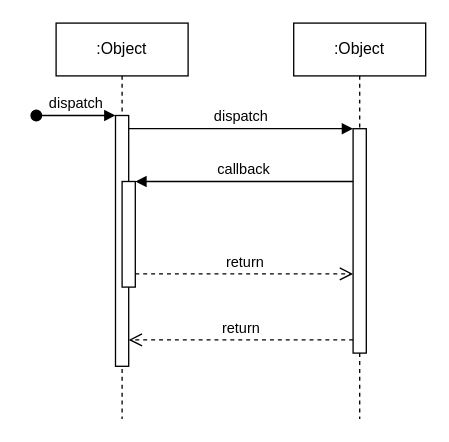
This is md/未命名绘图.drawio from Hsurpass/muduo, a draw.io file, before an edit. Source tidied: cells renumbered, new cells numbered last; positions are measured from the earlier drawing's top-left corner, leaving out a move shared by most shapes. Both pictures are drawn from the tidied source at 132%, with x=0, y=0 at pixel (36, 22).
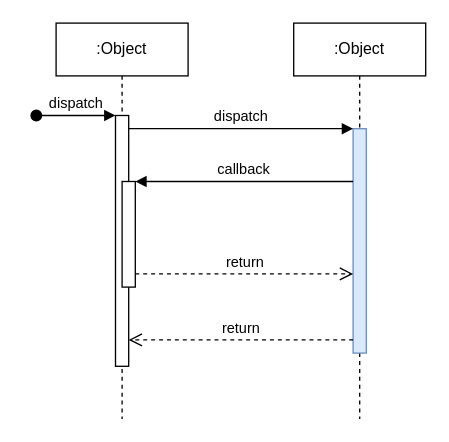
The same page after the edit.

Commit message:
更新未命名绘图.drawio

Diff of the diagram source:
```diff
@@
 <mxGraphModel>
   <root>
     <mxCell id="0" />
     <mxCell id="1" parent="0" />
     <mxCell id="2" value=":Object" style="shape=umlLifeline;perimeter=lifelinePerimeter;whiteSpace=wrap;html=1;newEdgeStyle={&quot;edgeStyle&quot;:&quot;elbowEdgeStyle&quot;,&quot;elbow&quot;:&quot;vertical&quot;,&quot;curved&quot;:0,&quot;rounded&quot;:0};" parent="1" vertex="1">
       <mxGeometry x="15" width="100" height="300" as="geometry" />
     </mxCell>
     <mxCell id="3" style="html=1;points=[];perimeter=orthogonalPerimeter;outlineConnect=0;targetShapes=umlLifeline;portConstraint=eastwest;newEdgeStyle={&quot;edgeStyle&quot;:&quot;elbowEdgeStyle&quot;,&quot;elbow&quot;:&quot;vertical&quot;,&quot;curved&quot;:0,&quot;rounded&quot;:0};" parent="2" vertex="1">
       <mxGeometry x="45" y="70" width="10" height="190" as="geometry" />
     </mxCell>
     <mxCell id="4" value="dispatch" style="html=1;verticalAlign=bottom;startArrow=oval;endArrow=block;startSize=8;edgeStyle=elbowEdgeStyle;elbow=vertical;curved=0;rounded=0;" parent="2" edge="1" target="3">
       <mxGeometry relative="1" as="geometry">
         <mxPoint x="-15" y="70" as="sourcePoint" />
       </mxGeometry>
     </mxCell>
     <mxCell id="5" style="html=1;points=[];perimeter=orthogonalPerimeter;outlineConnect=0;targetShapes=umlLifeline;portConstraint=eastwest;newEdgeStyle={&quot;edgeStyle&quot;:&quot;elbowEdgeStyle&quot;,&quot;elbow&quot;:&quot;vertical&quot;,&quot;curved&quot;:0,&quot;rounded&quot;:0};" parent="2" vertex="1">
       <mxGeometry x="50" y="120" width="10" height="80" as="geometry" />
     </mxCell>
     <mxCell id="6" value=":Object" style="shape=umlLifeline;perimeter=lifelinePerimeter;whiteSpace=wrap;html=1;newEdgeStyle={&quot;edgeStyle&quot;:&quot;elbowEdgeStyle&quot;,&quot;elbow&quot;:&quot;vertical&quot;,&quot;curved&quot;:0,&quot;rounded&quot;:0};" parent="1" vertex="1">
       <mxGeometry x="195" width="100" height="300" as="geometry" />
     </mxCell>
-    <mxCell id="7" style="html=1;points=[];perimeter=orthogonalPerimeter;outlineConnect=0;targetShapes=umlLifeline;portConstraint=eastwest;newEdgeStyle={&quot;edgeStyle&quot;:&quot;elbowEdgeStyle&quot;,&quot;elbow&quot;:&quot;vertical&quot;,&quot;curved&quot;:0,&quot;rounded&quot;:0};" parent="6" vertex="1">
+    <mxCell id="7" style="html=1;points=[];perimeter=orthogonalPerimeter;outlineConnect=0;targetShapes=umlLifeline;portConstraint=eastwest;newEdgeStyle={&quot;edgeStyle&quot;:&quot;elbowEdgeStyle&quot;,&quot;elbow&quot;:&quot;vertical&quot;,&quot;curved&quot;:0,&quot;rounded&quot;:0};fillColor=#dae8fc;strokeColor=#6c8ebf;" parent="6" vertex="1">
       <mxGeometry x="45" y="80" width="10" height="170" as="geometry" />
     </mxCell>
     <mxCell id="8" value="dispatch" style="html=1;verticalAlign=bottom;endArrow=block;edgeStyle=elbowEdgeStyle;elbow=vertical;curved=0;rounded=0;" parent="1" edge="1" source="3" target="7">
       <mxGeometry relative="1" as="geometry">
         <Array as="points">
           <mxPoint x="155" y="80" />
         </Array>
       </mxGeometry>
     </mxCell>
     <mxCell id="9" value="return" style="html=1;verticalAlign=bottom;endArrow=open;dashed=1;endSize=8;edgeStyle=elbowEdgeStyle;elbow=vertical;curved=0;rounded=0;" parent="1" edge="1" source="7" target="3">
       <mxGeometry relative="1" as="geometry">
         <Array as="points">
           <mxPoint x="165" y="240" />
         </Array>
       </mxGeometry>
     </mxCell>
     <mxCell id="10" value="callback" style="html=1;verticalAlign=bottom;endArrow=block;edgeStyle=elbowEdgeStyle;elbow=vertical;curved=0;rounded=0;" parent="1" edge="1" source="7" target="5">
       <mxGeometry relative="1" as="geometry">
         <Array as="points">
           <mxPoint x="165" y="120" />
         </Array>
       </mxGeometry>
     </mxCell>
     <mxCell id="11" value="return" style="html=1;verticalAlign=bottom;endArrow=open;dashed=1;endSize=8;edgeStyle=elbowEdgeStyle;elbow=vertical;curved=0;rounded=0;" parent="1" edge="1" source="5" target="7">
       <mxGeometry relative="1" as="geometry">
         <Array as="points">
           <mxPoint x="155" y="190" />
         </Array>
       </mxGeometry>
     </mxCell>
   </root>
 </mxGraphModel>
```
